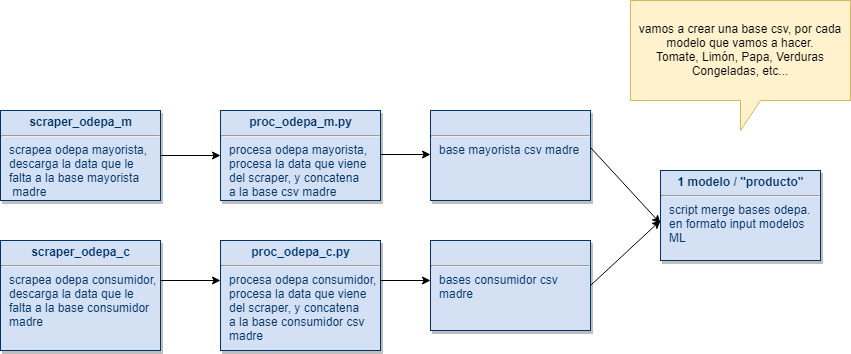
Above: imagenes/ipc_ml_diagram.png in claudio-oj/IPC (draw.io), before the change. Source tidied: cells renumbered, new cells last; positions are measured from the earlier drawing's top-left corner, leaving out a move shared by most shapes. Source of this version:
```xml
<mxGraphModel background="#ffffff">
  <root>
    <mxCell id="0" />
    <mxCell id="1" parent="0" />
    <mxCell id="2" value="&lt;p style=&quot;margin: 4px 0px 0px ; text-align: center&quot;&gt;&lt;strong&gt;scraper_odepa_m&lt;/strong&gt;&lt;/p&gt;&lt;hr&gt;&lt;p style=&quot;margin: 0px ; margin-left: 8px&quot;&gt;scrapea odepa mayorista,&lt;/p&gt;&lt;p style=&quot;margin: 0px ; margin-left: 8px&quot;&gt;descarga la data que le&lt;/p&gt;&lt;p style=&quot;margin: 0px ; margin-left: 8px&quot;&gt;falta a la base mayorista&lt;/p&gt;&lt;p style=&quot;margin: 0px ; margin-left: 8px&quot;&gt;&amp;nbsp;madre&lt;/p&gt;" style="verticalAlign=top;align=left;overflow=fill;fontSize=12;fontFamily=Helvetica;html=1;strokeColor=#003366;shadow=1;fillColor=#D4E1F5;fontColor=#003366;" parent="1" vertex="1">
      <mxGeometry y="110" width="160" height="90" as="geometry" />
    </mxCell>
    <mxCell id="3" value="&lt;p style=&quot;margin: 4px 0px 0px ; text-align: center&quot;&gt;&lt;strong&gt;scraper_odepa_c&lt;/strong&gt;&lt;/p&gt;&lt;hr&gt;&lt;p style=&quot;margin: 0px ; margin-left: 8px&quot;&gt;scrapea odepa consumidor,&lt;/p&gt;&lt;p style=&quot;margin: 0px ; margin-left: 8px&quot;&gt;descarga la data que le&lt;/p&gt;&lt;p style=&quot;margin: 0px ; margin-left: 8px&quot;&gt;falta a la base consumidor&amp;nbsp;&lt;/p&gt;&lt;p style=&quot;margin: 0px ; margin-left: 8px&quot;&gt;madre&lt;/p&gt;" style="verticalAlign=top;align=left;overflow=fill;fontSize=12;fontFamily=Helvetica;html=1;strokeColor=#003366;shadow=1;fillColor=#D4E1F5;fontColor=#003366;" parent="1" vertex="1">
      <mxGeometry y="240" width="160" height="110" as="geometry" />
    </mxCell>
    <mxCell id="4" value="&lt;p style=&quot;margin: 4px 0px 0px ; text-align: center&quot;&gt;&lt;strong&gt;proc_odepa_m.py&lt;/strong&gt;&lt;/p&gt;&lt;hr&gt;&lt;p style=&quot;margin: 0px ; margin-left: 8px&quot;&gt;procesa odepa mayorista,&lt;/p&gt;&lt;p style=&quot;margin: 0px ; margin-left: 8px&quot;&gt;procesa la data que viene&lt;/p&gt;&lt;p style=&quot;margin: 0px ; margin-left: 8px&quot;&gt;del scraper, y concatena&amp;nbsp;&lt;/p&gt;&lt;p style=&quot;margin: 0px ; margin-left: 8px&quot;&gt;a la base csv madre&lt;/p&gt;" style="verticalAlign=top;align=left;overflow=fill;fontSize=12;fontFamily=Helvetica;html=1;strokeColor=#003366;shadow=1;fillColor=#D4E1F5;fontColor=#003366;" parent="1" vertex="1">
      <mxGeometry x="220" y="110" width="160" height="90" as="geometry" />
    </mxCell>
    <mxCell id="5" style="endArrow=classic;html=1;exitX=1;exitY=0.5;exitDx=0;exitDy=0;" parent="1" edge="1" source="2">
      <mxGeometry relative="1" as="geometry">
        <mxPoint x="220" y="155" as="targetPoint" />
      </mxGeometry>
    </mxCell>
    <mxCell id="6" value="&lt;p style=&quot;margin: 4px 0px 0px ; text-align: center&quot;&gt;&lt;strong&gt;proc_odepa_c.py&lt;/strong&gt;&lt;/p&gt;&lt;hr&gt;&lt;p style=&quot;margin: 0px ; margin-left: 8px&quot;&gt;procesa odepa consumidor,&lt;/p&gt;&lt;p style=&quot;margin: 0px ; margin-left: 8px&quot;&gt;procesa la data que viene&lt;/p&gt;&lt;p style=&quot;margin: 0px ; margin-left: 8px&quot;&gt;del scraper, y concatena&amp;nbsp;&lt;/p&gt;&lt;p style=&quot;margin: 0px ; margin-left: 8px&quot;&gt;a la base consumidor csv&lt;/p&gt;&lt;p style=&quot;margin: 0px ; margin-left: 8px&quot;&gt;madre&lt;/p&gt;" style="verticalAlign=top;align=left;overflow=fill;fontSize=12;fontFamily=Helvetica;html=1;strokeColor=#003366;shadow=1;fillColor=#D4E1F5;fontColor=#003366;" parent="1" vertex="1">
      <mxGeometry x="220" y="240" width="160" height="110" as="geometry" />
    </mxCell>
    <mxCell id="7" style="endArrow=classic;html=1;" parent="1" edge="1">
      <mxGeometry relative="1" as="geometry">
        <mxPoint x="160" y="280" as="sourcePoint" />
        <mxPoint x="220" y="280" as="targetPoint" />
      </mxGeometry>
    </mxCell>
    <mxCell id="8" value="&lt;p style=&quot;margin: 4px 0px 0px ; text-align: center&quot;&gt;&lt;br&gt;&lt;/p&gt;&lt;hr&gt;&lt;p style=&quot;margin: 0px ; margin-left: 8px&quot;&gt;&lt;span&gt;base mayorista csv madre&lt;/span&gt;&lt;br&gt;&lt;/p&gt;" style="verticalAlign=top;align=left;overflow=fill;fontSize=12;fontFamily=Helvetica;html=1;strokeColor=#003366;shadow=1;fillColor=#D4E1F5;fontColor=#003366;" parent="1" vertex="1">
      <mxGeometry x="430" y="110" width="160" height="90" as="geometry" />
    </mxCell>
    <mxCell id="9" value="&lt;p style=&quot;margin: 4px 0px 0px ; text-align: center&quot;&gt;&lt;br&gt;&lt;/p&gt;&lt;hr&gt;&lt;p style=&quot;margin: 0px ; margin-left: 8px&quot;&gt;&lt;span&gt;bases consumidor csv&lt;/span&gt;&lt;/p&gt;&lt;p style=&quot;margin: 0px ; margin-left: 8px&quot;&gt;&lt;span&gt;madre&lt;/span&gt;&lt;br&gt;&lt;/p&gt;" style="verticalAlign=top;align=left;overflow=fill;fontSize=12;fontFamily=Helvetica;html=1;strokeColor=#003366;shadow=1;fillColor=#D4E1F5;fontColor=#003366;" parent="1" vertex="1">
      <mxGeometry x="430" y="240" width="160" height="90" as="geometry" />
    </mxCell>
    <mxCell id="10" value="&lt;p style=&quot;margin: 4px 0px 0px ; text-align: center&quot;&gt;&lt;b&gt;1 modelo / &quot;producto&quot;&lt;/b&gt;&lt;/p&gt;&lt;hr&gt;&lt;p style=&quot;margin: 0px ; margin-left: 8px&quot;&gt;script merge bases odepa&lt;span&gt;.&amp;nbsp;&lt;/span&gt;&lt;/p&gt;&lt;p style=&quot;margin: 0px ; margin-left: 8px&quot;&gt;en formato input modelos&lt;/p&gt;&lt;p style=&quot;margin: 0px ; margin-left: 8px&quot;&gt;ML&lt;/p&gt;" style="verticalAlign=top;align=left;overflow=fill;fontSize=12;fontFamily=Helvetica;html=1;strokeColor=#003366;shadow=1;fillColor=#D4E1F5;fontColor=#003366;" parent="1" vertex="1">
      <mxGeometry x="660" y="170" width="160" height="90" as="geometry" />
    </mxCell>
    <mxCell id="11" style="endArrow=classic;html=1;" parent="1" edge="1">
      <mxGeometry relative="1" as="geometry">
        <mxPoint x="590" y="147" as="sourcePoint" />
        <mxPoint x="660" y="223" as="targetPoint" />
      </mxGeometry>
    </mxCell>
    <mxCell id="12" style="endArrow=classic;html=1;exitX=1;exitY=0.5;exitDx=0;exitDy=0;" parent="1" edge="1" source="9">
      <mxGeometry relative="1" as="geometry">
        <mxPoint x="660" y="220" as="targetPoint" />
      </mxGeometry>
    </mxCell>
    <mxCell id="13" style="edgeStyle=none;rounded=0;orthogonalLoop=1;jettySize=auto;html=1;" parent="1" edge="1">
      <mxGeometry relative="1" as="geometry">
        <mxPoint x="380" y="154" as="sourcePoint" />
        <mxPoint x="430" y="154" as="targetPoint" />
      </mxGeometry>
    </mxCell>
    <mxCell id="14" style="endArrow=classic;html=1;" parent="1" edge="1">
      <mxGeometry relative="1" as="geometry">
        <mxPoint x="380" y="280" as="sourcePoint" />
        <mxPoint x="430" y="280" as="targetPoint" />
      </mxGeometry>
    </mxCell>
    <mxCell id="15" value="vamos a crear una base csv, por cada modelo que vamos a hacer.&lt;br&gt;Tomate, Limón, Papa, Verduras Congeladas, etc...&lt;br&gt;" style="shape=callout;whiteSpace=wrap;html=1;perimeter=calloutPerimeter;fillColor=#fff2cc;strokeColor=#d6b656;" parent="1" vertex="1">
      <mxGeometry x="630" width="220" height="130" as="geometry" />
    </mxCell>
  </root>
</mxGraphModel>
```
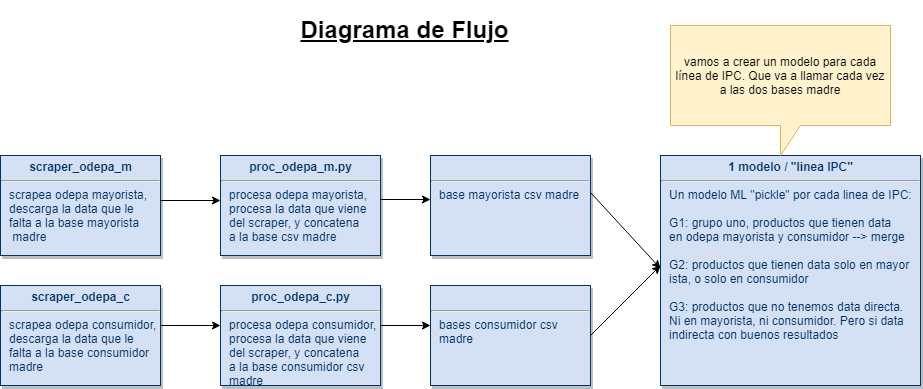
After the change.

Change to the diagram source:
```diff
@@ -3,21 +3,22 @@
     <mxCell id="0" />
     <mxCell id="1" parent="0" />
     <mxCell id="2" value="&lt;p style=&quot;margin: 4px 0px 0px ; text-align: center&quot;&gt;&lt;strong&gt;scraper_odepa_m&lt;/strong&gt;&lt;/p&gt;&lt;hr&gt;&lt;p style=&quot;margin: 0px ; margin-left: 8px&quot;&gt;scrapea odepa mayorista,&lt;/p&gt;&lt;p style=&quot;margin: 0px ; margin-left: 8px&quot;&gt;descarga la data que le&lt;/p&gt;&lt;p style=&quot;margin: 0px ; margin-left: 8px&quot;&gt;falta a la base mayorista&lt;/p&gt;&lt;p style=&quot;margin: 0px ; margin-left: 8px&quot;&gt;&amp;nbsp;madre&lt;/p&gt;" style="verticalAlign=top;align=left;overflow=fill;fontSize=12;fontFamily=Helvetica;html=1;strokeColor=#003366;shadow=1;fillColor=#D4E1F5;fontColor=#003366;" parent="1" vertex="1">
-      <mxGeometry y="110" width="160" height="90" as="geometry" />
+      <mxGeometry y="110" width="160" height="100" as="geometry" />
     </mxCell>
     <mxCell id="3" value="&lt;p style=&quot;margin: 4px 0px 0px ; text-align: center&quot;&gt;&lt;strong&gt;scraper_odepa_c&lt;/strong&gt;&lt;/p&gt;&lt;hr&gt;&lt;p style=&quot;margin: 0px ; margin-left: 8px&quot;&gt;scrapea odepa consumidor,&lt;/p&gt;&lt;p style=&quot;margin: 0px ; margin-left: 8px&quot;&gt;descarga la data que le&lt;/p&gt;&lt;p style=&quot;margin: 0px ; margin-left: 8px&quot;&gt;falta a la base consumidor&amp;nbsp;&lt;/p&gt;&lt;p style=&quot;margin: 0px ; margin-left: 8px&quot;&gt;madre&lt;/p&gt;" style="verticalAlign=top;align=left;overflow=fill;fontSize=12;fontFamily=Helvetica;html=1;strokeColor=#003366;shadow=1;fillColor=#D4E1F5;fontColor=#003366;" parent="1" vertex="1">
-      <mxGeometry y="240" width="160" height="110" as="geometry" />
+      <mxGeometry y="240" width="160" height="100" as="geometry" />
     </mxCell>
     <mxCell id="4" value="&lt;p style=&quot;margin: 4px 0px 0px ; text-align: center&quot;&gt;&lt;strong&gt;proc_odepa_m.py&lt;/strong&gt;&lt;/p&gt;&lt;hr&gt;&lt;p style=&quot;margin: 0px ; margin-left: 8px&quot;&gt;procesa odepa mayorista,&lt;/p&gt;&lt;p style=&quot;margin: 0px ; margin-left: 8px&quot;&gt;procesa la data que viene&lt;/p&gt;&lt;p style=&quot;margin: 0px ; margin-left: 8px&quot;&gt;del scraper, y concatena&amp;nbsp;&lt;/p&gt;&lt;p style=&quot;margin: 0px ; margin-left: 8px&quot;&gt;a la base csv madre&lt;/p&gt;" style="verticalAlign=top;align=left;overflow=fill;fontSize=12;fontFamily=Helvetica;html=1;strokeColor=#003366;shadow=1;fillColor=#D4E1F5;fontColor=#003366;" parent="1" vertex="1">
-      <mxGeometry x="220" y="110" width="160" height="90" as="geometry" />
+      <mxGeometry x="220" y="110" width="160" height="100" as="geometry" />
     </mxCell>
-    <mxCell id="5" style="endArrow=classic;html=1;exitX=1;exitY=0.5;exitDx=0;exitDy=0;" parent="1" edge="1" source="2">
+    <mxCell id="5" style="endArrow=classic;html=1;" parent="1" edge="1">
       <mxGeometry relative="1" as="geometry">
+        <mxPoint x="160" y="155" as="sourcePoint" />
         <mxPoint x="220" y="155" as="targetPoint" />
       </mxGeometry>
     </mxCell>
     <mxCell id="6" value="&lt;p style=&quot;margin: 4px 0px 0px ; text-align: center&quot;&gt;&lt;strong&gt;proc_odepa_c.py&lt;/strong&gt;&lt;/p&gt;&lt;hr&gt;&lt;p style=&quot;margin: 0px ; margin-left: 8px&quot;&gt;procesa odepa consumidor,&lt;/p&gt;&lt;p style=&quot;margin: 0px ; margin-left: 8px&quot;&gt;procesa la data que viene&lt;/p&gt;&lt;p style=&quot;margin: 0px ; margin-left: 8px&quot;&gt;del scraper, y concatena&amp;nbsp;&lt;/p&gt;&lt;p style=&quot;margin: 0px ; margin-left: 8px&quot;&gt;a la base consumidor csv&lt;/p&gt;&lt;p style=&quot;margin: 0px ; margin-left: 8px&quot;&gt;madre&lt;/p&gt;" style="verticalAlign=top;align=left;overflow=fill;fontSize=12;fontFamily=Helvetica;html=1;strokeColor=#003366;shadow=1;fillColor=#D4E1F5;fontColor=#003366;" parent="1" vertex="1">
-      <mxGeometry x="220" y="240" width="160" height="110" as="geometry" />
+      <mxGeometry x="220" y="240" width="160" height="100" as="geometry" />
     </mxCell>
     <mxCell id="7" style="endArrow=classic;html=1;" parent="1" edge="1">
       <mxGeometry relative="1" as="geometry">
@@ -26,13 +27,13 @@
       </mxGeometry>
     </mxCell>
     <mxCell id="8" value="&lt;p style=&quot;margin: 4px 0px 0px ; text-align: center&quot;&gt;&lt;br&gt;&lt;/p&gt;&lt;hr&gt;&lt;p style=&quot;margin: 0px ; margin-left: 8px&quot;&gt;&lt;span&gt;base mayorista csv madre&lt;/span&gt;&lt;br&gt;&lt;/p&gt;" style="verticalAlign=top;align=left;overflow=fill;fontSize=12;fontFamily=Helvetica;html=1;strokeColor=#003366;shadow=1;fillColor=#D4E1F5;fontColor=#003366;" parent="1" vertex="1">
-      <mxGeometry x="430" y="110" width="160" height="90" as="geometry" />
+      <mxGeometry x="430" y="110" width="160" height="100" as="geometry" />
     </mxCell>
     <mxCell id="9" value="&lt;p style=&quot;margin: 4px 0px 0px ; text-align: center&quot;&gt;&lt;br&gt;&lt;/p&gt;&lt;hr&gt;&lt;p style=&quot;margin: 0px ; margin-left: 8px&quot;&gt;&lt;span&gt;bases consumidor csv&lt;/span&gt;&lt;/p&gt;&lt;p style=&quot;margin: 0px ; margin-left: 8px&quot;&gt;&lt;span&gt;madre&lt;/span&gt;&lt;br&gt;&lt;/p&gt;" style="verticalAlign=top;align=left;overflow=fill;fontSize=12;fontFamily=Helvetica;html=1;strokeColor=#003366;shadow=1;fillColor=#D4E1F5;fontColor=#003366;" parent="1" vertex="1">
-      <mxGeometry x="430" y="240" width="160" height="90" as="geometry" />
+      <mxGeometry x="430" y="240" width="160" height="100" as="geometry" />
     </mxCell>
-    <mxCell id="10" value="&lt;p style=&quot;margin: 4px 0px 0px ; text-align: center&quot;&gt;&lt;b&gt;1 modelo / &quot;producto&quot;&lt;/b&gt;&lt;/p&gt;&lt;hr&gt;&lt;p style=&quot;margin: 0px ; margin-left: 8px&quot;&gt;script merge bases odepa&lt;span&gt;.&amp;nbsp;&lt;/span&gt;&lt;/p&gt;&lt;p style=&quot;margin: 0px ; margin-left: 8px&quot;&gt;en formato input modelos&lt;/p&gt;&lt;p style=&quot;margin: 0px ; margin-left: 8px&quot;&gt;ML&lt;/p&gt;" style="verticalAlign=top;align=left;overflow=fill;fontSize=12;fontFamily=Helvetica;html=1;strokeColor=#003366;shadow=1;fillColor=#D4E1F5;fontColor=#003366;" parent="1" vertex="1">
-      <mxGeometry x="660" y="170" width="160" height="90" as="geometry" />
+    <mxCell id="10" value="&lt;p style=&quot;margin: 4px 0px 0px ; text-align: center&quot;&gt;&lt;b&gt;1 modelo / &quot;linea IPC&quot;&lt;/b&gt;&lt;/p&gt;&lt;hr&gt;&lt;p style=&quot;margin: 0px ; margin-left: 8px&quot;&gt;Un modelo ML &quot;pickle&quot; por cada linea de IPC:&lt;/p&gt;&lt;p style=&quot;margin: 0px ; margin-left: 8px&quot;&gt;&lt;br&gt;&lt;/p&gt;&lt;p style=&quot;margin: 0px ; margin-left: 8px&quot;&gt;G1: grupo uno, productos que tienen data&lt;/p&gt;&lt;p style=&quot;margin: 0px ; margin-left: 8px&quot;&gt;en odepa mayorista y consumidor --&amp;gt; merge&lt;/p&gt;&lt;p style=&quot;margin: 0px ; margin-left: 8px&quot;&gt;&lt;br&gt;&lt;/p&gt;&lt;p style=&quot;margin: 0px ; margin-left: 8px&quot;&gt;G2: productos que tienen data solo en mayor&lt;/p&gt;&lt;p style=&quot;margin: 0px ; margin-left: 8px&quot;&gt;ista, o solo en consumidor&lt;/p&gt;&lt;p style=&quot;margin: 0px ; margin-left: 8px&quot;&gt;&lt;br&gt;&lt;/p&gt;&lt;p style=&quot;margin: 0px ; margin-left: 8px&quot;&gt;G3: productos que no tenemos data directa.&lt;/p&gt;&lt;p style=&quot;margin: 0px ; margin-left: 8px&quot;&gt;Ni en mayorista, ni consumidor. Pero si data&lt;/p&gt;&lt;p style=&quot;margin: 0px ; margin-left: 8px&quot;&gt;indirecta con buenos resultados&lt;/p&gt;&lt;p style=&quot;margin: 0px ; margin-left: 8px&quot;&gt;&lt;br&gt;&lt;/p&gt;" style="verticalAlign=top;align=left;overflow=fill;fontSize=12;fontFamily=Helvetica;html=1;strokeColor=#003366;shadow=1;fillColor=#D4E1F5;fontColor=#003366;" parent="1" vertex="1">
+      <mxGeometry x="660" y="110" width="260" height="230" as="geometry" />
     </mxCell>
     <mxCell id="11" style="endArrow=classic;html=1;" parent="1" edge="1">
       <mxGeometry relative="1" as="geometry">
@@ -57,8 +58,11 @@
         <mxPoint x="430" y="280" as="targetPoint" />
       </mxGeometry>
     </mxCell>
-    <mxCell id="15" value="vamos a crear una base csv, por cada modelo que vamos a hacer.&lt;br&gt;Tomate, Limón, Papa, Verduras Congeladas, etc...&lt;br&gt;" style="shape=callout;whiteSpace=wrap;html=1;perimeter=calloutPerimeter;fillColor=#fff2cc;strokeColor=#d6b656;" parent="1" vertex="1">
-      <mxGeometry x="630" width="220" height="130" as="geometry" />
+    <mxCell id="15" value="vamos a crear un modelo para cada línea de IPC. Que va a llamar cada vez a las dos bases madre&lt;br&gt;" style="shape=callout;whiteSpace=wrap;html=1;perimeter=calloutPerimeter;fillColor=#fff2cc;strokeColor=#d6b656;" parent="1" vertex="1">
+      <mxGeometry x="670" y="-20" width="220" height="130" as="geometry" />
     </mxCell>
+    <mxCell id="16" value="&lt;h1&gt;Diagrama de Flujo&lt;/h1&gt;&lt;p&gt;&lt;br&gt;&lt;/p&gt;" style="text;html=1;strokeColor=none;fillColor=none;spacing=5;spacingTop=-20;whiteSpace=wrap;overflow=hidden;rounded=0;align=center;fontStyle=4;" parent="1" vertex="1">
+      <mxGeometry x="264" y="-35" width="280" height="50" as="geometry" />
+    </mxCell>
   </root>
 </mxGraphModel>
```
